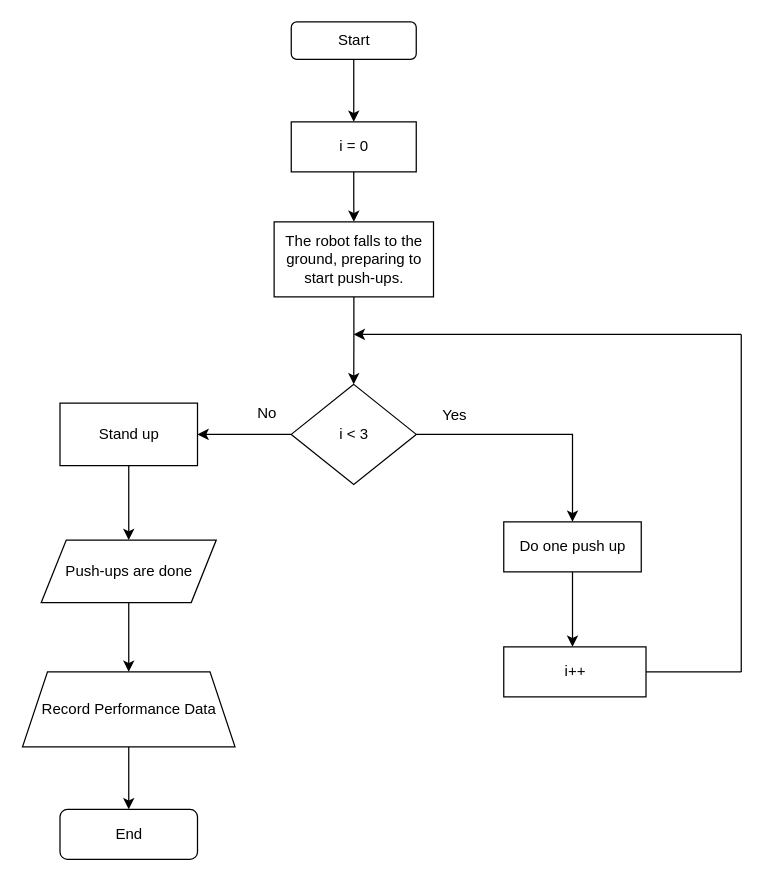
Earlier version of the draw.io diagram lab-1.drawio (orchlonn/CS-325). Source tidied: cells renumbered, new cells numbered last; positions are measured from the earlier drawing's top-left corner, leaving out a move shared by most shapes. Both pictures are drawn from the tidied source at 125%, with x=0, y=0 at pixel (22, 21).
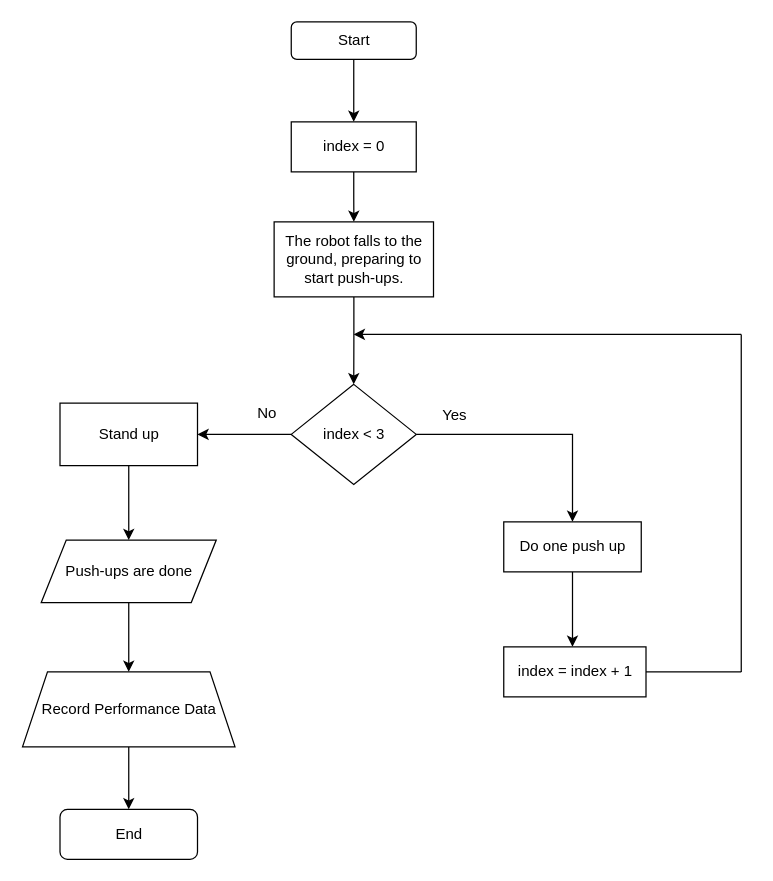
The same diagram, later.

Commit message:
lab-1 finished

Change to the diagram source:
```diff
@@
-    <mxCell id="6" value="i = 0" style="whiteSpace=wrap;html=1;" parent="1" vertex="1">
+    <mxCell id="6" value="index = 0" style="whiteSpace=wrap;html=1;" parent="1" vertex="1">
       <mxGeometry x="214.5" y="80" width="100" height="40" as="geometry" />
     </mxCell>
@@
-    <mxCell id="9" value="i &amp;lt; 3" style="rhombus;whiteSpace=wrap;html=1;" parent="1" vertex="1">
+    <mxCell id="9" value="index &amp;lt; 3" style="rhombus;whiteSpace=wrap;html=1;" parent="1" vertex="1">
       <mxGeometry x="214.5" y="290" width="100" height="80" as="geometry" />
     </mxCell>
@@
-    <mxCell id="13" value="i++" style="whiteSpace=wrap;html=1;" parent="1" vertex="1">
+    <mxCell id="13" value="index = index + 1" style="whiteSpace=wrap;html=1;" parent="1" vertex="1">
       <mxGeometry x="384.5" y="500" width="113.8" height="40" as="geometry" />
     </mxCell>
```
